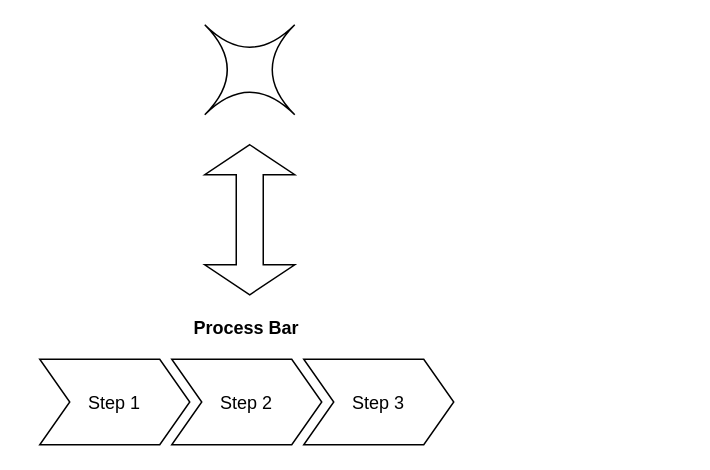
The draw.io diagram BD/ejercicio.drawio in Pattov/clases, before the edit. Source tidied: cells renumbered, new cells numbered last; positions are measured from the earlier drawing's top-left corner, leaving out a move shared by most shapes. Both pictures are drawn from the tidied source at 150%, with x=0, y=0 at pixel (24, 24).
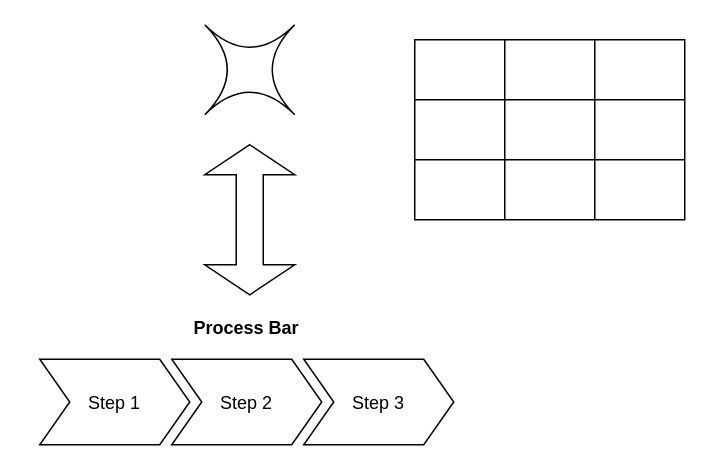
After the change.

Diff of the diagram source:
```diff
@@
+    <mxCell id="8" style="shape=table;html=1;whiteSpace=wrap;startSize=0;childLayout=tableLayout;" parent="1" vertex="1">
+      <mxGeometry x="260" y="10" width="180" height="120" as="geometry" />
+    </mxCell>
+    <mxCell id="9" style="shape=partialRectangle;html=1;whiteSpace=wrap;fillColor=none;top=0;left=0;bottom=0;right=0;" parent="8" vertex="1">
+      <mxGeometry width="180" height="40" as="geometry" />
+    </mxCell>
+    <mxCell id="10" style="shape=partialRectangle;html=1;whiteSpace=wrap;fillColor=none;top=0;left=0;bottom=0;right=0;overflow=hidden;" parent="9" vertex="1">
+      <mxGeometry width="60" height="40" as="geometry" />
+    </mxCell>
+    <mxCell id="11" style="shape=partialRectangle;html=1;whiteSpace=wrap;fillColor=none;top=0;left=0;bottom=0;right=0;overflow=hidden;" parent="9" vertex="1">
+      <mxGeometry x="60" width="60" height="40" as="geometry" />
+    </mxCell>
+    <mxCell id="12" style="shape=partialRectangle;html=1;whiteSpace=wrap;fillColor=none;top=0;left=0;bottom=0;right=0;overflow=hidden;" parent="9" vertex="1">
+      <mxGeometry x="120" width="60" height="40" as="geometry" />
+    </mxCell>
+    <mxCell id="13" style="shape=partialRectangle;html=1;whiteSpace=wrap;fillColor=none;top=0;left=0;bottom=0;right=0;" parent="8" vertex="1">
+      <mxGeometry y="40" width="180" height="40" as="geometry" />
+    </mxCell>
+    <mxCell id="14" style="shape=partialRectangle;html=1;whiteSpace=wrap;fillColor=none;top=0;left=0;bottom=0;right=0;overflow=hidden;" parent="13" vertex="1">
+      <mxGeometry width="60" height="40" as="geometry" />
+    </mxCell>
+    <mxCell id="15" style="shape=partialRectangle;html=1;whiteSpace=wrap;fillColor=none;top=0;left=0;bottom=0;right=0;overflow=hidden;" parent="13" vertex="1">
+      <mxGeometry x="60" width="60" height="40" as="geometry" />
+    </mxCell>
+    <mxCell id="16" style="shape=partialRectangle;html=1;whiteSpace=wrap;fillColor=none;top=0;left=0;bottom=0;right=0;overflow=hidden;" parent="13" vertex="1">
+      <mxGeometry x="120" width="60" height="40" as="geometry" />
+    </mxCell>
+    <mxCell id="17" style="shape=partialRectangle;html=1;whiteSpace=wrap;fillColor=none;top=0;left=0;bottom=0;right=0;" parent="8" vertex="1">
+      <mxGeometry y="80" width="180" height="40" as="geometry" />
+    </mxCell>
+    <mxCell id="18" style="shape=partialRectangle;html=1;whiteSpace=wrap;fillColor=none;top=0;left=0;bottom=0;right=0;overflow=hidden;" parent="17" vertex="1">
+      <mxGeometry width="60" height="40" as="geometry" />
+    </mxCell>
+    <mxCell id="19" style="shape=partialRectangle;html=1;whiteSpace=wrap;fillColor=none;top=0;left=0;bottom=0;right=0;overflow=hidden;" parent="17" vertex="1">
+      <mxGeometry x="60" width="60" height="40" as="geometry" />
+    </mxCell>
+    <mxCell id="20" style="shape=partialRectangle;html=1;whiteSpace=wrap;fillColor=none;top=0;left=0;bottom=0;right=0;overflow=hidden;" parent="17" vertex="1">
+      <mxGeometry x="120" width="60" height="40" as="geometry" />
+    </mxCell>
```
